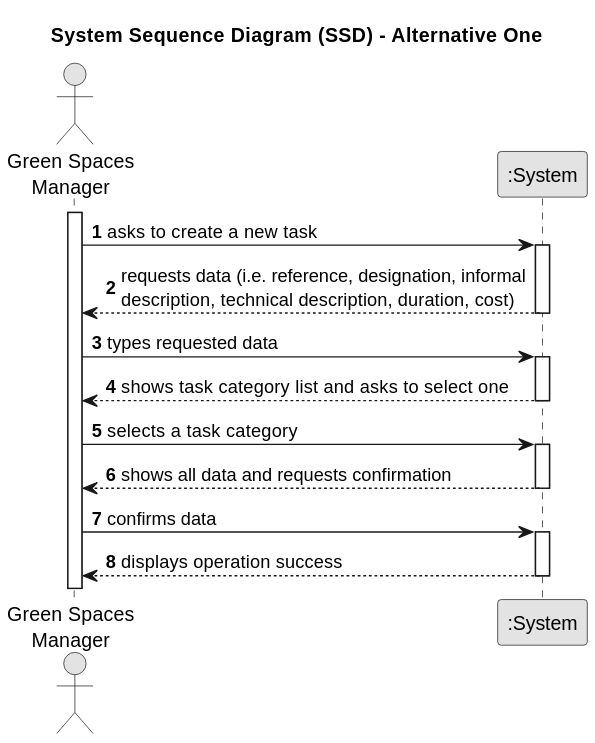
The PlantUML diagram docs/sprintA&B&C/us022/01.requirements-engineering/svg/us022-system-sequence-diagram-alternative-one.svg in daniel41silva05/ISEP_2023_2024_LAPR2, before a commit.
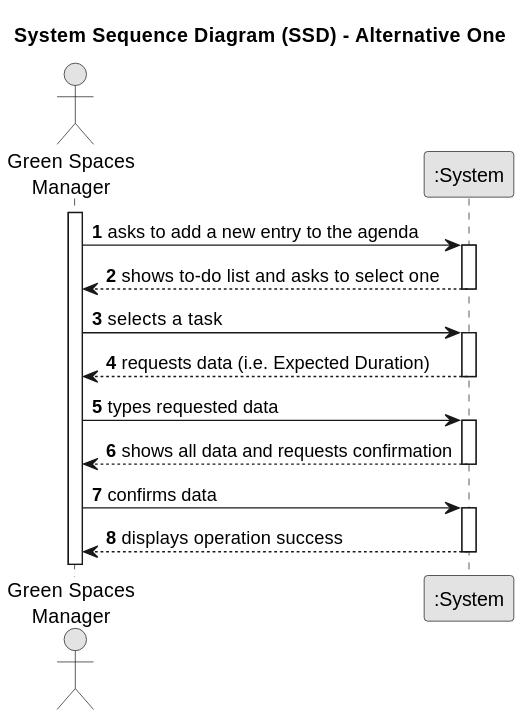
Later version of the same file.

Commit message:
US22 - SSD, Acceptance Criteria, Dependencies and Data #10

Diff of the diagram source:
```diff
@@ -12,19 +12,19 @@
 
 activate GSM
 
-    GSM -> System : asks to create a new task
+    GSM -> System : asks to add a new entry to the agenda
     activate System
 
-        System --> GSM : requests data (i.e. reference, designation, informal\ndescription, technical description, duration, cost)
+        System --> GSM : shows to-do list and asks to select one
+    deactivate System
+
+    GSM -> System : selects a task
+    activate System
+
+        System --> GSM : requests data (i.e. Expected Duration)
     deactivate System
 
     GSM -> System : types requested data
-    activate System
-
-        System --> GSM : shows task category list and asks to select one
-    deactivate System
-
-    GSM -> System : selects a task category
     activate System
 
         System --> GSM : shows all data and requests confirmation
```
